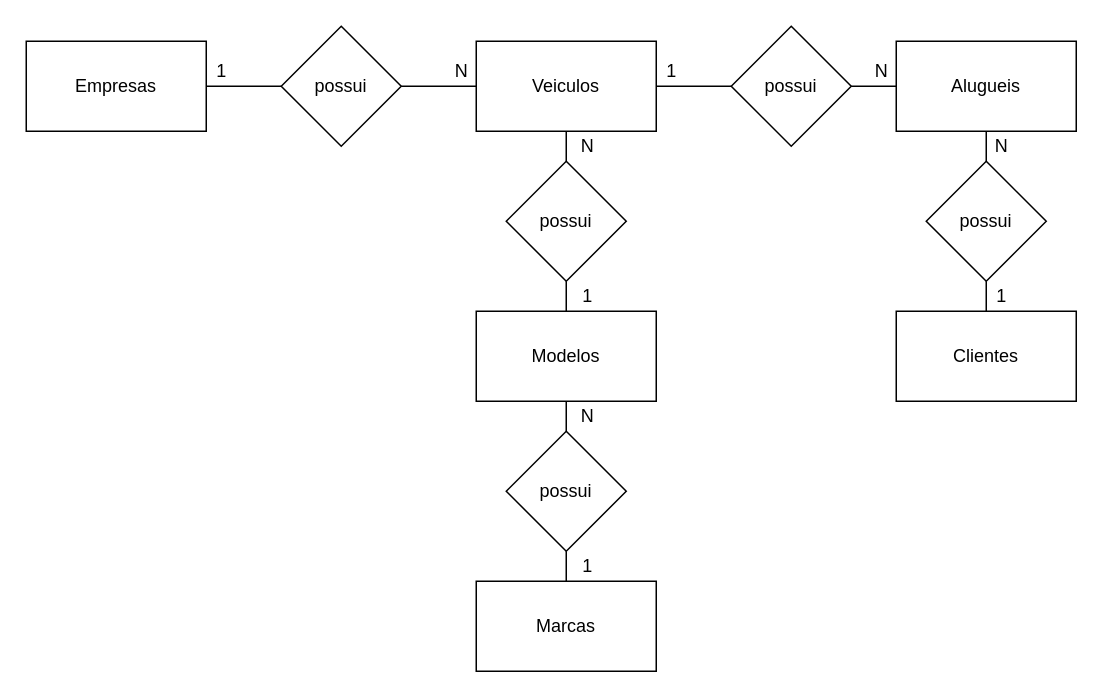
Before: page "conceitual" (1 of 2) of exercicios/1.2-exercicio-locadora/exe02-locadora.drawio in JoVi0li/senai_2dm_sprint1_bd, a draw.io diagram. Source tidied: cells renumbered, new cells numbered last; positions are measured from the earlier drawing's top-left corner, leaving out a move shared by most shapes. Both pictures are drawn from the tidied source at 150%, with x=0, y=0 at pixel (26, 26).
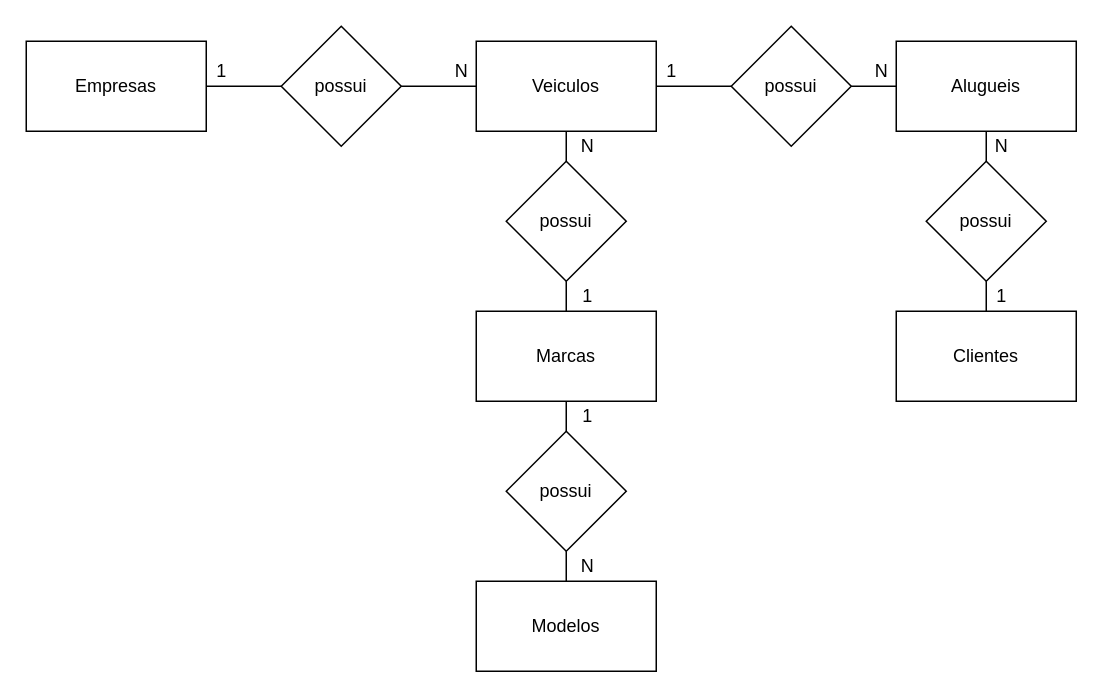
After the change.

The edit, as a diff of the source:
```diff
@@
-    <mxCell id="10" value="Modelos" style="rounded=0;whiteSpace=wrap;html=1;" parent="1" vertex="1">
+    <mxCell id="10" value="Marcas" style="rounded=0;whiteSpace=wrap;html=1;" parent="1" vertex="1">
       <mxGeometry x="300" y="190" width="120" height="60" as="geometry" />
     </mxCell>
-    <mxCell id="11" value="Marcas" style="rounded=0;whiteSpace=wrap;html=1;" parent="1" vertex="1">
+    <mxCell id="11" value="Modelos" style="rounded=0;whiteSpace=wrap;html=1;" parent="1" vertex="1">
       <mxGeometry x="300" y="370" width="120" height="60" as="geometry" />
     </mxCell>
@@
-    <mxCell id="30" value="N" style="text;html=1;align=center;verticalAlign=middle;" parent="1" vertex="1">
+    <mxCell id="30" value="1" style="text;html=1;align=center;verticalAlign=middle;" parent="1" vertex="1">
       <mxGeometry x="364" y="250" width="20" height="20" as="geometry" />
     </mxCell>
-    <mxCell id="31" value="1" style="text;html=1;align=center;verticalAlign=middle;" parent="1" vertex="1">
+    <mxCell id="31" value="N" style="text;html=1;align=center;verticalAlign=middle;" parent="1" vertex="1">
       <mxGeometry x="364" y="350" width="20" height="20" as="geometry" />
     </mxCell>
```
